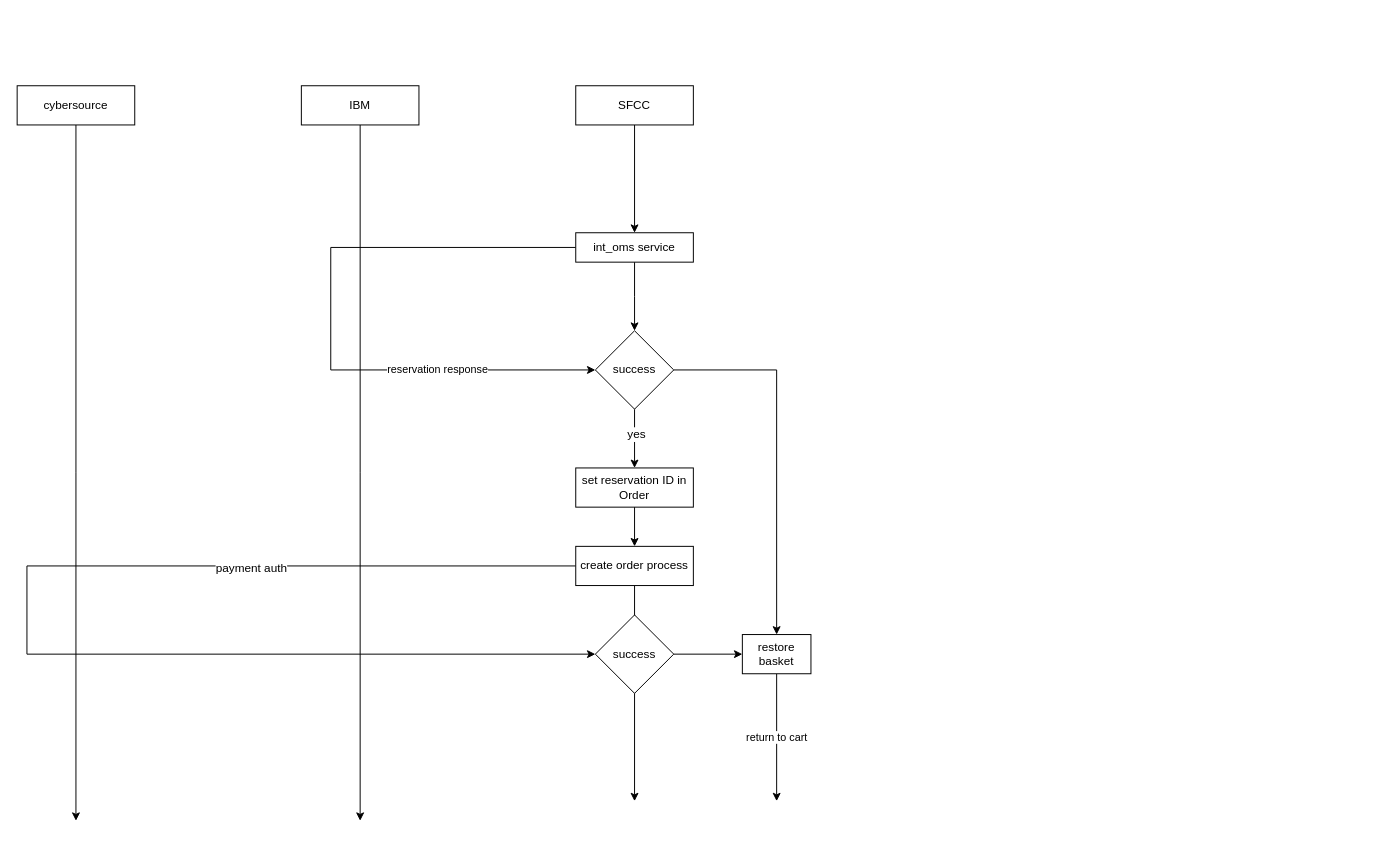
The draw.io diagram page "inventory reservation" (4 of 5) of Untitled Diagram.drawio in soum/pnd-diagrams, before the edit. Source tidied: cells renumbered, new cells numbered last; positions are measured from the earlier drawing's top-left corner, leaving out a move shared by most shapes. Both pictures are drawn from the tidied source at 98%, with x=0, y=0 at pixel (17, 85).
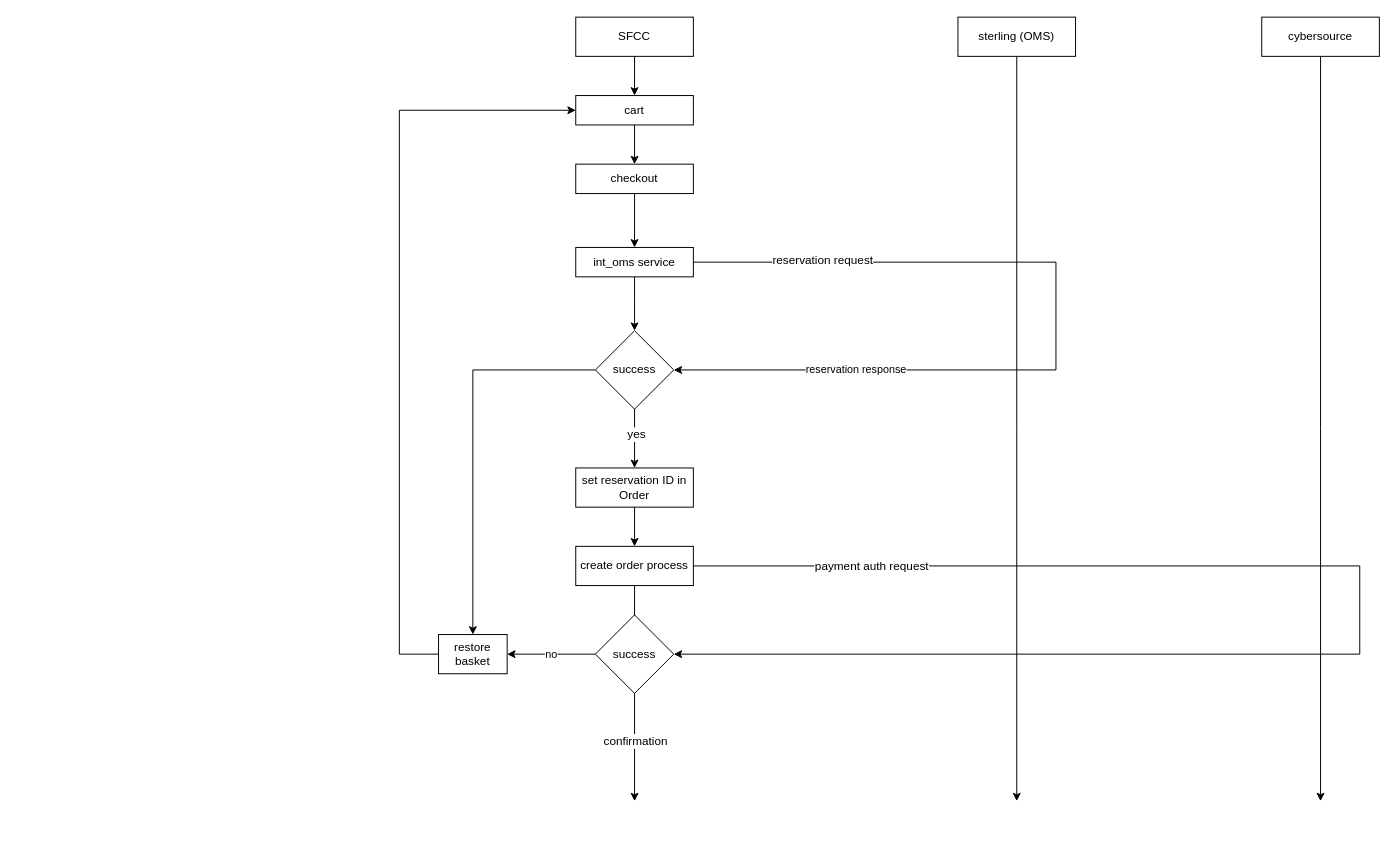
The same page after the edit.

Unchanged cells that the change refers to:
```xml
<mxCell id="14" value="success" style="rhombus;whiteSpace=wrap;html=1;rounded=0;shadow=0;glass=0;comic=0;" parent="1" vertex="1">
  <mxGeometry x="590" y="250" width="80" height="80" as="geometry" />
</mxCell>
<mxCell id="15" style="edgeStyle=orthogonalEdgeStyle;rounded=0;jettySize=auto;html=1;exitX=0.5;exitY=1;exitDx=0;exitDy=0;strokeColor=#000000;strokeWidth=1;" parent="1" edge="1" source="19">
  <mxGeometry relative="1" as="geometry">
    <mxPoint x="630" y="730" as="targetPoint" />
  </mxGeometry>
</mxCell>
<mxCell id="19" value="create order process" style="rounded=0;whiteSpace=wrap;html=1;shadow=0;glass=0;comic=0;" parent="1" vertex="1">
  <mxGeometry x="570" y="470" width="120" height="40" as="geometry" />
</mxCell>
<mxCell id="24" value="success" style="rhombus;whiteSpace=wrap;html=1;rounded=0;shadow=0;glass=0;comic=0;" parent="1" vertex="1">
  <mxGeometry x="590" y="540" width="80" height="80" as="geometry" />
</mxCell>
```

Diff of the diagram source:
```diff
@@
-    <mxCell id="2" style="edgeStyle=orthogonalEdgeStyle;rounded=0;jettySize=auto;html=1;strokeColor=#000000;strokeWidth=1;" parent="1" edge="1" source="3" target="8">
-      <mxGeometry relative="1" as="geometry" />
-    </mxCell>
+    <mxCell id="25" style="edgeStyle=orthogonalEdgeStyle;rounded=0;jettySize=auto;html=1;entryX=0.5;entryY=0;entryDx=0;entryDy=0;strokeColor=#000000;strokeWidth=1;" parent="1" edge="1" source="3" target="31">
+      <mxGeometry relative="1" as="geometry" />
+    </mxCell>
     <mxCell id="3" value="SFCC" style="rounded=0;whiteSpace=wrap;html=1;shadow=0;glass=0;comic=0;" parent="1" vertex="1">
-      <mxGeometry x="570" width="120" height="40" as="geometry" />
+      <mxGeometry x="570" y="-70" width="120" height="40" as="geometry" />
     </mxCell>
-    <mxCell id="4" style="edgeStyle=orthogonalEdgeStyle;rounded=0;jettySize=auto;html=1;strokeColor=#000000;strokeWidth=1;" parent="1" edge="1" source="5">
-      <mxGeometry relative="1" as="geometry">
-        <mxPoint x="60" y="750" as="targetPoint" />
-      </mxGeometry>
-    </mxCell>
+    <mxCell id="26" style="edgeStyle=orthogonalEdgeStyle;rounded=0;jettySize=auto;html=1;strokeColor=#000000;strokeWidth=1;" parent="1" edge="1" source="5">
+      <mxGeometry relative="1" as="geometry">
+        <mxPoint x="1330" y="730" as="targetPoint" />
+      </mxGeometry>
+    </mxCell>
     <mxCell id="5" value="cybersource" style="rounded=0;whiteSpace=wrap;html=1;shadow=0;glass=0;comic=0;" parent="1" vertex="1">
-      <mxGeometry width="120" height="40" as="geometry" />
+      <mxGeometry x="1270" y="-70" width="120" height="40" as="geometry" />
     </mxCell>
-    <mxCell id="6" value="reservation response" style="edgeStyle=orthogonalEdgeStyle;rounded=0;jettySize=auto;html=1;strokeColor=#000000;strokeWidth=1;entryX=0;entryY=0.5;entryDx=0;entryDy=0;" parent="1" edge="1" source="8" target="14">
-      <mxGeometry x="0.5" relative="1" as="geometry">
+    <mxCell id="6" value="reservation response" style="edgeStyle=orthogonalEdgeStyle;rounded=0;jettySize=auto;html=1;strokeColor=#000000;strokeWidth=1;entryX=1;entryY=0.5;entryDx=0;entryDy=0;" parent="1" edge="1" source="8" target="14">
+      <mxGeometry x="0.57" relative="1" as="geometry">
         <Array as="points">
-          <mxPoint x="320" y="165" />
-          <mxPoint x="320" y="290" />
+          <mxPoint x="1060" y="180" />
+          <mxPoint x="1060" y="290" />
         </Array>
+        <mxPoint x="-1" as="offset" />
       </mxGeometry>
     </mxCell>
+    <mxCell id="27" value="reservation request" style="text;html=1;align=center;verticalAlign=middle;labelBackgroundColor=#ffffff;" parent="6" vertex="1">
+      <mxGeometry x="-0.7" y="3" relative="1" as="geometry" />
+    </mxCell>
@@
     <mxCell id="8" value="int_oms service" style="rounded=0;whiteSpace=wrap;html=1;shadow=0;glass=0;comic=0;" parent="1" vertex="1">
-      <mxGeometry x="570" y="150" width="120" height="30" as="geometry" />
+      <mxGeometry x="570" y="165" width="120" height="30" as="geometry" />
     </mxCell>
     <mxCell id="9" style="edgeStyle=orthogonalEdgeStyle;rounded=0;jettySize=auto;html=1;strokeColor=#000000;strokeWidth=1;" parent="1" edge="1" source="10">
       <mxGeometry relative="1" as="geometry">
-        <mxPoint x="350" y="750" as="targetPoint" />
+        <mxPoint x="1020" y="730" as="targetPoint" />
       </mxGeometry>
     </mxCell>
-    <mxCell id="10" value="IBM" style="rounded=0;whiteSpace=wrap;html=1;shadow=0;glass=0;comic=0;" parent="1" vertex="1">
-      <mxGeometry x="290" width="120" height="40" as="geometry" />
+    <mxCell id="10" value="sterling (OMS)" style="rounded=0;whiteSpace=wrap;html=1;shadow=0;glass=0;comic=0;" parent="1" vertex="1">
+      <mxGeometry x="960" y="-70" width="120" height="40" as="geometry" />
     </mxCell>
@@
-    <mxCell id="13" style="edgeStyle=orthogonalEdgeStyle;rounded=0;jettySize=auto;html=1;strokeColor=#000000;strokeWidth=1;entryX=0.5;entryY=0;entryDx=0;entryDy=0;" parent="1" edge="1" source="14" target="22">
-      <mxGeometry x="-0.44" y="-70" relative="1" as="geometry">
-        <Array as="points">
-          <mxPoint x="775" y="290" />
-        </Array>
-        <mxPoint x="70" y="70" as="offset" />
-      </mxGeometry>
+    <mxCell id="13" style="edgeStyle=orthogonalEdgeStyle;rounded=0;jettySize=auto;html=1;strokeColor=#000000;strokeWidth=1;" parent="1" edge="1" source="14" target="22">
+      <mxGeometry relative="1" as="geometry" />
     </mxCell>
@@
+    <mxCell id="28" value="confirmation" style="text;html=1;align=center;verticalAlign=middle;labelBackgroundColor=#ffffff;" parent="15" vertex="1">
+      <mxGeometry x="0.44" relative="1" as="geometry" />
+    </mxCell>
@@
-    <mxCell id="17" style="edgeStyle=orthogonalEdgeStyle;rounded=0;jettySize=auto;html=1;strokeColor=#000000;strokeWidth=1;entryX=0;entryY=0.5;entryDx=0;entryDy=0;" parent="1" edge="1" source="19" target="24">
+    <mxCell id="17" style="edgeStyle=orthogonalEdgeStyle;rounded=0;jettySize=auto;html=1;strokeColor=#000000;strokeWidth=1;entryX=1;entryY=0.5;entryDx=0;entryDy=0;" parent="1" edge="1" source="19" target="24">
       <mxGeometry relative="1" as="geometry">
         <Array as="points">
-          <mxPoint x="10" y="490" />
-          <mxPoint x="10" y="580" />
+          <mxPoint x="1370" y="490" />
+          <mxPoint x="1370" y="580" />
         </Array>
       </mxGeometry>
     </mxCell>
-    <mxCell id="18" value="payment auth" style="text;html=1;align=center;verticalAlign=middle;labelBackgroundColor=#ffffff;" parent="17" vertex="1">
-      <mxGeometry x="-0.46" y="2" relative="1" as="geometry" />
+    <mxCell id="18" value="payment auth request" style="text;html=1;align=center;verticalAlign=middle;labelBackgroundColor=#ffffff;" parent="17" vertex="1">
+      <mxGeometry x="-0.46" y="2" relative="1" as="geometry">
+        <mxPoint x="-215.5" y="2" as="offset" />
+      </mxGeometry>
     </mxCell>
@@
-    <mxCell id="21" value="return to cart" style="edgeStyle=orthogonalEdgeStyle;rounded=0;jettySize=auto;html=1;strokeColor=#000000;strokeWidth=1;" parent="1" edge="1" source="22">
-      <mxGeometry relative="1" as="geometry">
-        <mxPoint x="775" y="730" as="targetPoint" />
-        <Array as="points">
-          <mxPoint x="775" y="730" />
-        </Array>
-      </mxGeometry>
-    </mxCell>
+    <mxCell id="29" style="edgeStyle=orthogonalEdgeStyle;rounded=0;jettySize=auto;html=1;strokeColor=#000000;strokeWidth=1;entryX=0;entryY=0.5;entryDx=0;entryDy=0;exitX=0;exitY=0.5;exitDx=0;exitDy=0;" parent="1" edge="1" source="22" target="31">
+      <mxGeometry relative="1" as="geometry">
+        <Array as="points">
+          <mxPoint x="390" y="580" />
+          <mxPoint x="390" y="25" />
+        </Array>
+      </mxGeometry>
+    </mxCell>
     <mxCell id="22" value="restore basket" style="rounded=0;whiteSpace=wrap;html=1;shadow=0;glass=0;comic=0;" parent="1" vertex="1">
-      <mxGeometry x="740" y="560" width="70" height="40" as="geometry" />
+      <mxGeometry x="430" y="560" width="70" height="40" as="geometry" />
     </mxCell>
-    <mxCell id="23" style="edgeStyle=orthogonalEdgeStyle;rounded=0;jettySize=auto;html=1;exitX=1;exitY=0.5;exitDx=0;exitDy=0;entryX=0;entryY=0.5;entryDx=0;entryDy=0;strokeColor=#000000;strokeWidth=1;" parent="1" edge="1" source="24" target="22">
+    <mxCell id="23" value="no" style="edgeStyle=orthogonalEdgeStyle;rounded=0;jettySize=auto;html=1;entryX=1;entryY=0.5;entryDx=0;entryDy=0;strokeColor=#000000;strokeWidth=1;" parent="1" edge="1" source="24" target="22">
       <mxGeometry relative="1" as="geometry" />
     </mxCell>
@@
+    <mxCell id="30" style="edgeStyle=orthogonalEdgeStyle;rounded=0;jettySize=auto;html=1;exitX=0.5;exitY=1;exitDx=0;exitDy=0;entryX=0.5;entryY=0;entryDx=0;entryDy=0;strokeColor=#000000;strokeWidth=1;" parent="1" edge="1" source="31" target="33">
+      <mxGeometry relative="1" as="geometry" />
+    </mxCell>
+    <mxCell id="31" value="cart" style="rounded=0;whiteSpace=wrap;html=1;shadow=0;glass=0;comic=0;" parent="1" vertex="1">
+      <mxGeometry x="570" y="10" width="120" height="30" as="geometry" />
+    </mxCell>
+    <mxCell id="32" style="edgeStyle=orthogonalEdgeStyle;rounded=0;jettySize=auto;html=1;entryX=0.5;entryY=0;entryDx=0;entryDy=0;strokeColor=#000000;strokeWidth=1;" parent="1" edge="1" source="33" target="8">
+      <mxGeometry relative="1" as="geometry" />
+    </mxCell>
+    <mxCell id="33" value="checkout" style="rounded=0;whiteSpace=wrap;html=1;shadow=0;glass=0;comic=0;" parent="1" vertex="1">
+      <mxGeometry x="570" y="80" width="120" height="30" as="geometry" />
+    </mxCell>
```
